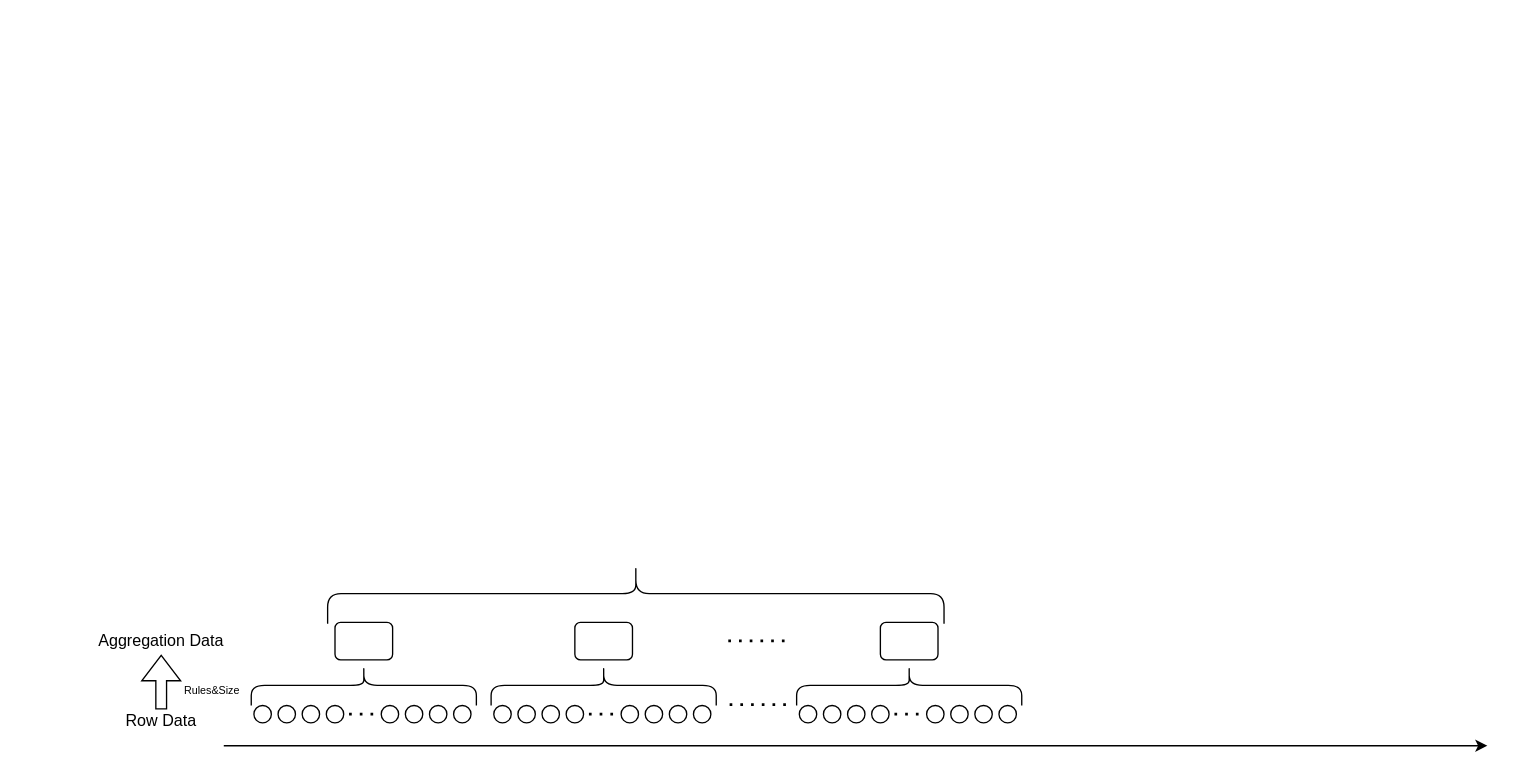
Above: 未命名绘图.drawio in LiLiJacky/graphData (draw.io), before the change. Source tidied: cells renumbered, new cells numbered last; positions are measured from the earlier drawing's top-left corner, leaving out a move shared by most shapes. Both pictures are drawn from the tidied source at 134%, with x=0, y=0 at pixel (94, 563).
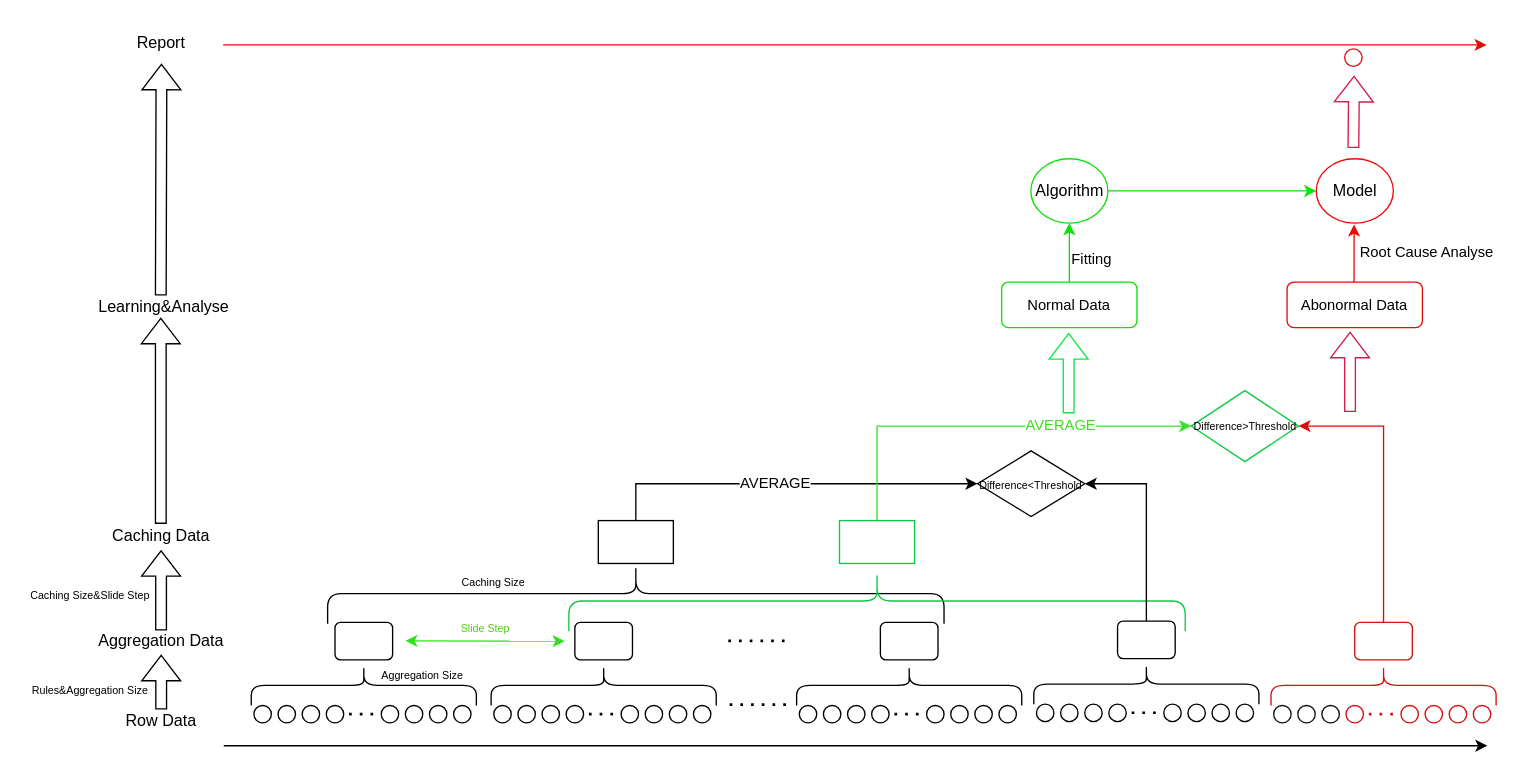
Above is the later version.

Diff of the diagram source:
```diff
@@
-    <mxCell id="40" value="&lt;font style=&quot;font-size: 8px;&quot;&gt;Rules&amp;amp;Size&lt;/font&gt;" style="text;html=1;strokeColor=none;fillColor=none;align=center;verticalAlign=middle;whiteSpace=wrap;rounded=0;" parent="1" vertex="1">
-      <mxGeometry x="58" y="79" width="60" height="30" as="geometry" />
+    <mxCell id="40" value="&lt;font style=&quot;font-size: 8px;&quot;&gt;Rules&amp;amp;Aggregation Size&lt;/font&gt;" style="text;html=1;strokeColor=none;fillColor=none;align=center;verticalAlign=middle;whiteSpace=wrap;rounded=0;" parent="1" vertex="1">
+      <mxGeometry x="-48" y="79" width="90" height="30" as="geometry" />
     </mxCell>
@@
+    <mxCell id="43" style="edgeStyle=orthogonalEdgeStyle;rounded=0;jettySize=auto;html=1;exitX=0.5;exitY=0;exitDx=0;exitDy=0;entryX=0;entryY=0.5;entryDx=0;entryDy=0;" parent="1" edge="1" source="45" target="82">
+      <mxGeometry relative="1" as="geometry" />
+    </mxCell>
+    <mxCell id="44" value="AVERAGE" style="edgeLabel;html=1;align=center;verticalAlign=middle;" parent="43" vertex="1">
+      <mxGeometry x="-0.07" y="1" relative="1" as="geometry" />
+    </mxCell>
+    <mxCell id="45" style="rounded=0;whiteSpace=wrap;html=1;" parent="1" vertex="1">
+      <mxGeometry x="376" y="-32" width="56" height="32" as="geometry" />
+    </mxCell>
+    <mxCell id="46" value="Caching Data" style="text;html=1;strokeColor=none;fillColor=none;align=center;verticalAlign=middle;whiteSpace=wrap;rounded=0;" parent="1" vertex="1">
+      <mxGeometry y="-35" width="100" height="30" as="geometry" />
+    </mxCell>
+    <mxCell id="47" style="shape=flexArrow;endArrow=classic;html=1;rounded=0;width=8;" parent="1" edge="1">
+      <mxGeometry relative="1" as="geometry">
+        <mxPoint x="49.7" y="50" as="sourcePoint" />
+        <mxPoint x="49.7" y="-10" as="targetPoint" />
+      </mxGeometry>
+    </mxCell>
+    <mxCell id="48" value="&lt;font style=&quot;font-size: 8px;&quot;&gt;Caching Size&amp;amp;Slide Step&lt;/font&gt;" style="text;html=1;strokeColor=none;fillColor=none;align=center;verticalAlign=middle;whiteSpace=wrap;rounded=0;" parent="1" vertex="1">
+      <mxGeometry x="-53" y="7.5" width="100" height="30" as="geometry" />
+    </mxCell>
+    <mxCell id="49" style="shape=curlyBracket;whiteSpace=wrap;html=1;rounded=1;flipH=1;labelPosition=right;verticalLabelPosition=middle;align=left;verticalAlign=middle;flipV=1;direction=north;strokeColor=#0cca45;" parent="1" vertex="1">
+      <mxGeometry x="354" y="5.5" width="460" height="45" as="geometry" />
+    </mxCell>
+    <mxCell id="50" style="edgeStyle=orthogonalEdgeStyle;rounded=0;jettySize=auto;html=1;entryX=0;entryY=0.5;entryDx=0;entryDy=0;exitX=0.5;exitY=0;exitDx=0;exitDy=0;fontColor=#3ddd1d;strokeColor=#38e22c;" parent="1" edge="1" source="52" target="81">
+      <mxGeometry relative="1" as="geometry" />
+    </mxCell>
+    <mxCell id="51" value="AVERAGE" style="edgeLabel;html=1;align=center;verticalAlign=middle;fontColor=#3ddd1d;" parent="50" vertex="1">
+      <mxGeometry x="0.36" y="1" relative="1" as="geometry" />
+    </mxCell>
+    <mxCell id="52" style="rounded=0;whiteSpace=wrap;html=1;strokeColor=#0cca45;" parent="1" vertex="1">
+      <mxGeometry x="556" y="-32" width="56" height="32" as="geometry" />
+    </mxCell>
+    <mxCell id="53" style="endArrow=classic;startArrow=classic;html=1;rounded=0;strokeColor=#2ee316;" parent="1" edge="1">
+      <mxGeometry relative="1" as="geometry">
+        <mxPoint x="232" y="57.7" as="sourcePoint" />
+        <mxPoint x="351" y="58" as="targetPoint" />
+      </mxGeometry>
+    </mxCell>
+    <mxCell id="54" value="&lt;font style=&quot;font-size: 8px;&quot;&gt;Slide Step&lt;/font&gt;" style="text;html=1;strokeColor=none;fillColor=none;align=center;verticalAlign=middle;whiteSpace=wrap;rounded=0;fontColor=#51cd0e;" parent="1" vertex="1">
+      <mxGeometry x="255" y="33" width="74" height="30" as="geometry" />
+    </mxCell>
+    <mxCell id="55" value="&lt;font style=&quot;font-size: 8px;&quot;&gt;Aggregation Size&lt;/font&gt;" style="text;html=1;strokeColor=none;fillColor=none;align=center;verticalAlign=middle;whiteSpace=wrap;rounded=0;" parent="1" vertex="1">
+      <mxGeometry x="209" y="68" width="72" height="30" as="geometry" />
+    </mxCell>
+    <mxCell id="56" value="&lt;font style=&quot;font-size: 8px;&quot;&gt;Caching Size&lt;/font&gt;" style="text;html=1;strokeColor=none;fillColor=none;align=center;verticalAlign=middle;whiteSpace=wrap;rounded=0;" parent="1" vertex="1">
+      <mxGeometry x="262" y="-2" width="72" height="30" as="geometry" />
+    </mxCell>
+    <mxCell id="57" style="ellipse;whiteSpace=wrap;html=1;" parent="1" vertex="1">
+      <mxGeometry x="703" y="105" width="13" height="13" as="geometry" />
+    </mxCell>
+    <mxCell id="58" style="ellipse;whiteSpace=wrap;html=1;" parent="1" vertex="1">
+      <mxGeometry x="721" y="105" width="13" height="13" as="geometry" />
+    </mxCell>
+    <mxCell id="59" style="ellipse;whiteSpace=wrap;html=1;" parent="1" vertex="1">
+      <mxGeometry x="739" y="105" width="13" height="13" as="geometry" />
+    </mxCell>
+    <mxCell id="60" style="ellipse;whiteSpace=wrap;html=1;" parent="1" vertex="1">
+      <mxGeometry x="757" y="105" width="13" height="13" as="geometry" />
+    </mxCell>
+    <mxCell id="61" style="ellipse;whiteSpace=wrap;html=1;" parent="1" vertex="1">
+      <mxGeometry x="798" y="105" width="13" height="13" as="geometry" />
+    </mxCell>
+    <mxCell id="62" style="ellipse;whiteSpace=wrap;html=1;" parent="1" vertex="1">
+      <mxGeometry x="816" y="105" width="13" height="13" as="geometry" />
+    </mxCell>
+    <mxCell id="63" style="ellipse;whiteSpace=wrap;html=1;" parent="1" vertex="1">
+      <mxGeometry x="834" y="105" width="13" height="13" as="geometry" />
+    </mxCell>
+    <mxCell id="64" style="ellipse;whiteSpace=wrap;html=1;" parent="1" vertex="1">
+      <mxGeometry x="852" y="105" width="13" height="13" as="geometry" />
+    </mxCell>
+    <mxCell id="65" style="endArrow=none;dashed=1;html=1;dashPattern=1 3;strokeWidth=2;rounded=0;" parent="1" edge="1">
+      <mxGeometry relative="1" as="geometry">
+        <mxPoint x="774" y="111.4" as="sourcePoint" />
+        <mxPoint x="794" y="111.4" as="targetPoint" />
+      </mxGeometry>
+    </mxCell>
+    <mxCell id="66" style="shape=curlyBracket;whiteSpace=wrap;html=1;rounded=1;flipH=1;labelPosition=right;verticalLabelPosition=middle;align=left;verticalAlign=middle;flipV=1;direction=north;" parent="1" vertex="1">
+      <mxGeometry x="701" y="75" width="168" height="30" as="geometry" />
+    </mxCell>
+    <mxCell id="67" style="edgeStyle=orthogonalEdgeStyle;rounded=0;jettySize=auto;html=1;entryX=1;entryY=0.5;entryDx=0;entryDy=0;exitX=0.5;exitY=0;exitDx=0;exitDy=0;" parent="1" edge="1" source="68" target="82">
+      <mxGeometry relative="1" as="geometry" />
+    </mxCell>
+    <mxCell id="68" style="rounded=1;whiteSpace=wrap;html=1;" parent="1" vertex="1">
+      <mxGeometry x="763.5" y="43" width="43" height="28" as="geometry" />
+    </mxCell>
+    <mxCell id="69" style="ellipse;whiteSpace=wrap;html=1;strokeColor=#121111;" parent="1" vertex="1">
+      <mxGeometry x="880" y="106" width="13" height="13" as="geometry" />
+    </mxCell>
+    <mxCell id="70" style="ellipse;whiteSpace=wrap;html=1;strokeColor=#121111;" parent="1" vertex="1">
+      <mxGeometry x="898" y="106" width="13" height="13" as="geometry" />
+    </mxCell>
+    <mxCell id="71" style="ellipse;whiteSpace=wrap;html=1;strokeColor=#121111;" parent="1" vertex="1">
+      <mxGeometry x="916" y="106" width="13" height="13" as="geometry" />
+    </mxCell>
+    <mxCell id="72" style="ellipse;whiteSpace=wrap;html=1;strokeColor=#d51010;" parent="1" vertex="1">
+      <mxGeometry x="934" y="106" width="13" height="13" as="geometry" />
+    </mxCell>
+    <mxCell id="73" style="ellipse;whiteSpace=wrap;html=1;strokeColor=#d51010;" parent="1" vertex="1">
+      <mxGeometry x="975" y="106" width="13" height="13" as="geometry" />
+    </mxCell>
+    <mxCell id="74" style="ellipse;whiteSpace=wrap;html=1;strokeColor=#d51010;" parent="1" vertex="1">
+      <mxGeometry x="993" y="106" width="13" height="13" as="geometry" />
+    </mxCell>
+    <mxCell id="75" style="ellipse;whiteSpace=wrap;html=1;strokeColor=#d51010;" parent="1" vertex="1">
+      <mxGeometry x="1011" y="106" width="13" height="13" as="geometry" />
+    </mxCell>
+    <mxCell id="76" style="ellipse;whiteSpace=wrap;html=1;strokeColor=#d51010;" parent="1" vertex="1">
+      <mxGeometry x="1029" y="106" width="13" height="13" as="geometry" />
+    </mxCell>
+    <mxCell id="77" style="endArrow=none;dashed=1;html=1;dashPattern=1 3;strokeWidth=2;rounded=0;strokeColor=#d51010;" parent="1" edge="1">
+      <mxGeometry relative="1" as="geometry">
+        <mxPoint x="951" y="112.4" as="sourcePoint" />
+        <mxPoint x="971" y="112.4" as="targetPoint" />
+      </mxGeometry>
+    </mxCell>
+    <mxCell id="78" style="shape=curlyBracket;whiteSpace=wrap;html=1;rounded=1;flipH=1;labelPosition=right;verticalLabelPosition=middle;align=left;verticalAlign=middle;flipV=1;direction=north;strokeColor=#d51010;" parent="1" vertex="1">
+      <mxGeometry x="878" y="76" width="168" height="30" as="geometry" />
+    </mxCell>
+    <mxCell id="79" style="edgeStyle=orthogonalEdgeStyle;rounded=0;jettySize=auto;html=1;entryX=1;entryY=0.5;entryDx=0;entryDy=0;exitX=0.5;exitY=0;exitDx=0;exitDy=0;strokeColor=#dc0909;" parent="1" edge="1" source="80" target="81">
+      <mxGeometry relative="1" as="geometry" />
+    </mxCell>
+    <mxCell id="80" style="rounded=1;whiteSpace=wrap;html=1;strokeColor=#d51010;" parent="1" vertex="1">
+      <mxGeometry x="940.5" y="44" width="43" height="28" as="geometry" />
+    </mxCell>
+    <mxCell id="81" value="Difference&amp;gt;Threshold" style="rhombus;whiteSpace=wrap;html=1;strokeColor=#0cca45;rounded=0;fontSize=8;" parent="1" vertex="1">
+      <mxGeometry x="818.5" y="-129" width="80" height="53" as="geometry" />
+    </mxCell>
+    <mxCell id="82" value="&lt;font style=&quot;font-size: 8px;&quot;&gt;Difference&amp;lt;Threshold&lt;/font&gt;" style="rhombus;whiteSpace=wrap;html=1;rounded=0;" parent="1" vertex="1">
+      <mxGeometry x="659" y="-84" width="80" height="49" as="geometry" />
+    </mxCell>
+    <mxCell id="83" style="shape=flexArrow;endArrow=classic;html=1;rounded=0;width=8;fontColor=#33dc04;labelBorderColor=#27f40b;strokeColor=#0bea43;" parent="1" edge="1">
+      <mxGeometry relative="1" as="geometry">
+        <mxPoint x="727" y="-112" as="sourcePoint" />
+        <mxPoint x="727" y="-172" as="targetPoint" />
+      </mxGeometry>
+    </mxCell>
+    <mxCell id="84" style="edgeStyle=orthogonalEdgeStyle;rounded=0;jettySize=auto;html=1;entryX=0.5;entryY=1;entryDx=0;entryDy=0;exitX=0.5;exitY=0;exitDx=0;exitDy=0;strokeColor=#0de109;" parent="1" edge="1" source="86" target="92">
+      <mxGeometry relative="1" as="geometry" />
+    </mxCell>
+    <mxCell id="85" value="Fitting" style="edgeLabel;html=1;align=center;verticalAlign=middle;" parent="84" vertex="1">
+      <mxGeometry x="-0.03" y="-3" relative="1" as="geometry">
+        <mxPoint x="13" y="3" as="offset" />
+      </mxGeometry>
+    </mxCell>
+    <mxCell id="86" value="&lt;font style=&quot;font-size: 11px;&quot;&gt;Normal Data&lt;/font&gt;" style="rounded=1;whiteSpace=wrap;html=1;strokeColor=#0de109;" parent="1" vertex="1">
+      <mxGeometry x="677" y="-210" width="101" height="34" as="geometry" />
+    </mxCell>
+    <mxCell id="87" style="shape=flexArrow;endArrow=classic;html=1;rounded=0;width=8;fontColor=#33dc04;labelBorderColor=#27f40b;strokeColor=#d41c4a;" parent="1" edge="1">
+      <mxGeometry relative="1" as="geometry">
+        <mxPoint x="937" y="-113" as="sourcePoint" />
+        <mxPoint x="937" y="-173" as="targetPoint" />
+      </mxGeometry>
+    </mxCell>
+    <mxCell id="88" style="edgeStyle=orthogonalEdgeStyle;rounded=0;jettySize=auto;html=1;strokeColor=#ec0909;" parent="1" edge="1" source="90">
+      <mxGeometry relative="1" as="geometry">
+        <mxPoint x="940" y="-253" as="targetPoint" />
+      </mxGeometry>
+    </mxCell>
+    <mxCell id="89" value="Root Cause Analyse" style="edgeLabel;html=1;align=center;verticalAlign=middle;" parent="88" vertex="1">
+      <mxGeometry x="0.14" relative="1" as="geometry">
+        <mxPoint x="53" y="2" as="offset" />
+      </mxGeometry>
+    </mxCell>
+    <mxCell id="90" value="&lt;font style=&quot;font-size: 11px;&quot;&gt;Abonormal Data&lt;/font&gt;" style="rounded=1;whiteSpace=wrap;html=1;strokeColor=#ec0909;" parent="1" vertex="1">
+      <mxGeometry x="890" y="-210" width="101" height="34" as="geometry" />
+    </mxCell>
+    <mxCell id="91" style="edgeStyle=orthogonalEdgeStyle;rounded=0;jettySize=auto;html=1;exitX=1;exitY=0.5;exitDx=0;exitDy=0;strokeColor=#0de109;" parent="1" edge="1" source="92" target="93">
+      <mxGeometry relative="1" as="geometry" />
+    </mxCell>
+    <mxCell id="92" value="Algorithm" style="ellipse;whiteSpace=wrap;html=1;rounded=1;strokeColor=#0de109;" parent="1" vertex="1">
+      <mxGeometry x="698.8" y="-302" width="57.5" height="48" as="geometry" />
+    </mxCell>
+    <mxCell id="93" value="Model" style="ellipse;whiteSpace=wrap;html=1;rounded=1;strokeColor=#ec0909;" parent="1" vertex="1">
+      <mxGeometry x="911.8" y="-302" width="57.5" height="48" as="geometry" />
+    </mxCell>
+    <mxCell id="94" style="shape=flexArrow;endArrow=classic;html=1;rounded=0;width=8;" parent="1" edge="1">
+      <mxGeometry relative="1" as="geometry">
+        <mxPoint x="49.5" y="-29.5" as="sourcePoint" />
+        <mxPoint x="49.5" y="-183.5" as="targetPoint" />
+      </mxGeometry>
+    </mxCell>
+    <mxCell id="95" value="Learning&amp;amp;Analyse" style="text;html=1;strokeColor=none;fillColor=none;align=center;verticalAlign=middle;whiteSpace=wrap;rounded=0;" parent="1" vertex="1">
+      <mxGeometry x="2" y="-206" width="100" height="30" as="geometry" />
+    </mxCell>
+    <mxCell id="96" value="Report" style="text;html=1;strokeColor=none;fillColor=none;align=center;verticalAlign=middle;whiteSpace=wrap;rounded=0;" parent="1" vertex="1">
+      <mxGeometry y="-403" width="100" height="30" as="geometry" />
+    </mxCell>
+    <mxCell id="97" style="shape=flexArrow;endArrow=classic;html=1;rounded=0;width=8;entryX=0.5;entryY=1;entryDx=0;entryDy=0;" parent="1" edge="1" target="96">
+      <mxGeometry relative="1" as="geometry">
+        <mxPoint x="49.5" y="-200" as="sourcePoint" />
+      </mxGeometry>
+    </mxCell>
+    <mxCell id="98" style="endArrow=classic;html=1;rounded=0;strokeColor=#e70808;" parent="1" edge="1">
+      <mxGeometry relative="1" as="geometry">
+        <mxPoint x="96" y="-387" as="sourcePoint" />
+        <mxPoint x="1039" y="-387" as="targetPoint" />
+      </mxGeometry>
+    </mxCell>
+    <mxCell id="99" style="ellipse;whiteSpace=wrap;html=1;strokeColor=#d51010;" parent="1" vertex="1">
+      <mxGeometry x="933" y="-384" width="13" height="13" as="geometry" />
+    </mxCell>
+    <mxCell id="100" style="shape=flexArrow;endArrow=classic;html=1;rounded=0;width=8;fontColor=#33dc04;labelBorderColor=#27f40b;strokeColor=#d41c4a;" parent="1" edge="1">
+      <mxGeometry relative="1" as="geometry">
+        <mxPoint x="939.5" y="-310" as="sourcePoint" />
+        <mxPoint x="940" y="-364" as="targetPoint" />
+      </mxGeometry>
+    </mxCell>
```
